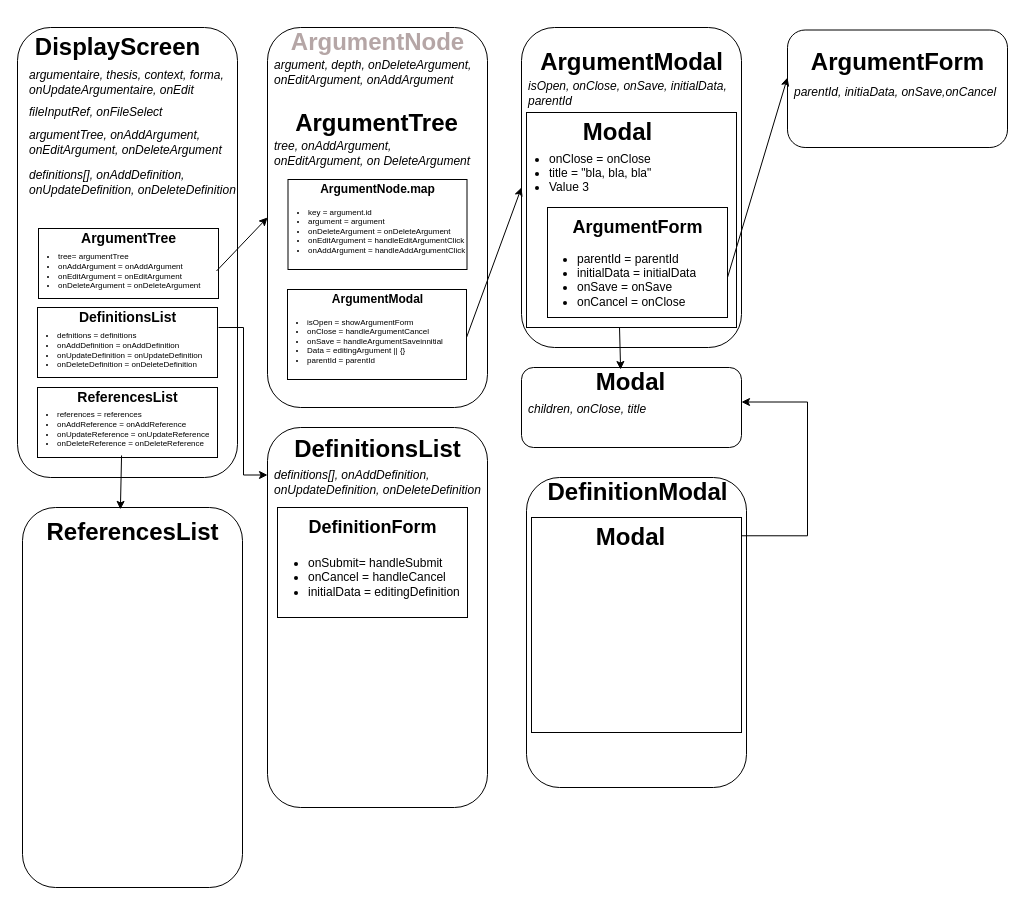
This is docs/Diagramme UI.drawio from Alexgyg-pro/argumentor, a draw.io file, before an edit. Source tidied: cells renumbered, new cells numbered last; positions are measured from the earlier drawing's top-left corner, leaving out a move shared by most shapes. Both pictures are drawn from the tidied source at 100%, with x=0, y=0 at pixel (17, 17).
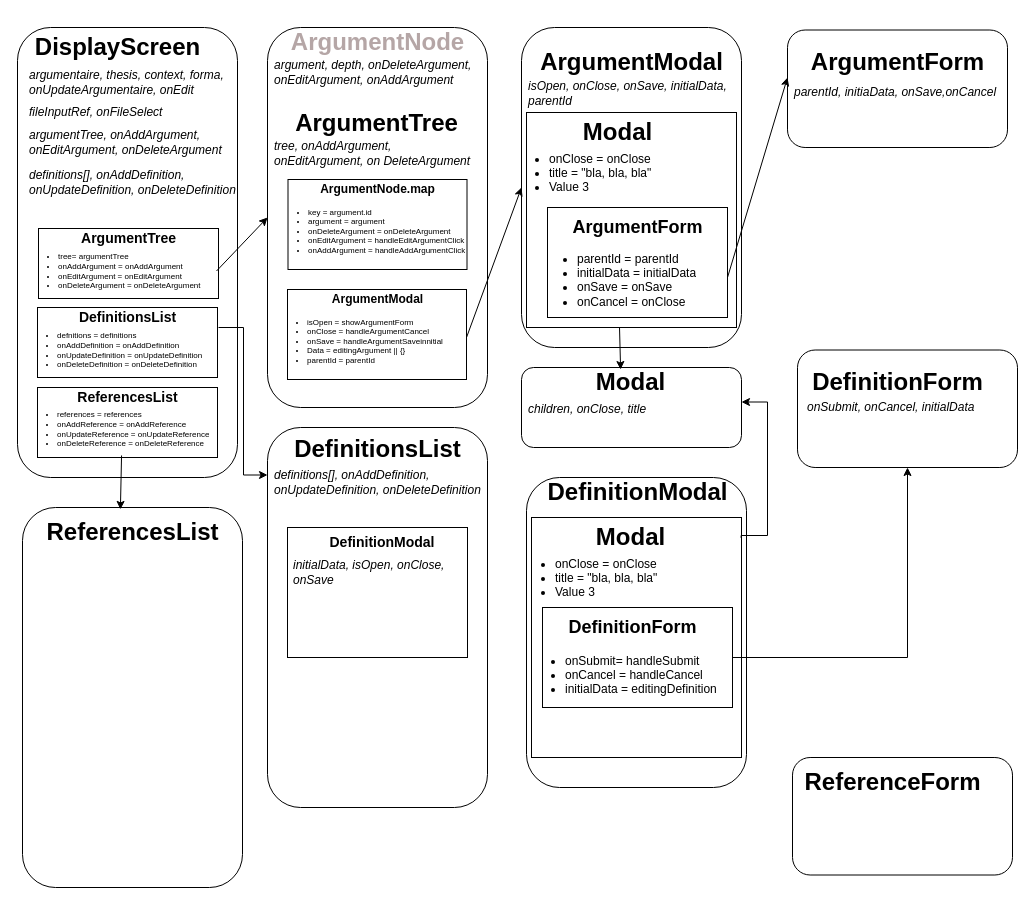
Above is the later version.

The change refers to these unchanged cells:
```xml
<mxCell id="58" value="children, onClose, title" style="text;html=1;whiteSpace=wrap;strokeColor=none;fillColor=none;align=left;verticalAlign=middle;rounded=0;fontStyle=2;spacingLeft=5;spacingRight=5;" parent="1" vertex="1">
  <mxGeometry x="504" y="377" width="220" height="30" as="geometry" />
</mxCell>
```

Change to the diagram source:
```diff
@@
-    <mxCell id="48" style="group;" parent="1" vertex="1">
-      <mxGeometry x="260" y="490" width="190" height="110" as="geometry" />
-    </mxCell>
-    <mxCell id="49" style="rounded=0;whiteSpace=wrap;html=1;" parent="48" vertex="1">
-      <mxGeometry width="190" height="110" as="geometry" />
-    </mxCell>
-    <mxCell id="50" value="DefinitionForm" style="text;strokeColor=none;fillColor=none;html=1;fontSize=18;fontStyle=1;verticalAlign=middle;align=center;" parent="48" vertex="1">
-      <mxGeometry width="190" height="40" as="geometry" />
-    </mxCell>
-    <mxCell id="51" value="&lt;ul&gt;&lt;li&gt;onSubmit= handleSubmit&lt;/li&gt;&lt;li&gt;onCancel = handleCancel&lt;/li&gt;&lt;li&gt;initialData = editingDefinition&lt;/li&gt;&lt;/ul&gt;" style="text;strokeColor=none;fillColor=none;html=1;whiteSpace=wrap;verticalAlign=middle;overflow=hidden;spacingLeft=-22;" parent="48" vertex="1">
-      <mxGeometry x="10.6" y="30" width="179.4" height="80" as="geometry" />
-    </mxCell>
@@
     <mxCell id="62" style="rounded=0;whiteSpace=wrap;html=1;" parent="1" vertex="1">
-      <mxGeometry x="514" y="500" width="210" height="215" as="geometry" />
+      <mxGeometry x="514" y="500" width="210" height="240" as="geometry" />
     </mxCell>
@@
     <mxCell id="64" style="endArrow=classic;html=1;rounded=0;exitX=0.998;exitY=0.085;exitDx=0;exitDy=0;exitPerimeter=0;edgeStyle=orthogonalEdgeStyle;entryX=1;entryY=0.25;entryDx=0;entryDy=0;" parent="1" edge="1" source="62" target="58">
       <mxGeometry relative="1" as="geometry">
         <Array as="points">
-          <mxPoint x="790" y="518" />
-          <mxPoint x="790" y="385" />
+          <mxPoint x="724" y="518" />
+          <mxPoint x="750" y="518" />
+          <mxPoint x="750" y="385" />
         </Array>
       </mxGeometry>
     </mxCell>
@@
+    <mxCell id="69" style="rounded=0;whiteSpace=wrap;html=1;" parent="1" vertex="1">
+      <mxGeometry x="270" y="510" width="180" height="130" as="geometry" />
+    </mxCell>
+    <mxCell id="70" value="DefinitionModal" style="text;html=1;whiteSpace=wrap;strokeColor=none;fillColor=none;align=center;verticalAlign=middle;rounded=0;fontStyle=1;fontSize=14;" parent="1" vertex="1">
+      <mxGeometry x="280" y="510" width="170" height="30" as="geometry" />
+    </mxCell>
+    <mxCell id="71" value="initialData, isOpen, onClose, onSave" style="text;html=1;whiteSpace=wrap;strokeColor=none;fillColor=none;align=left;verticalAlign=middle;rounded=0;fontStyle=2;spacingLeft=5;spacingRight=5;" parent="1" vertex="1">
+      <mxGeometry x="269" y="540" width="181" height="30" as="geometry" />
+    </mxCell>
+    <mxCell id="72" value="&lt;ul&gt;&lt;li&gt;onClose = onClose&lt;/li&gt;&lt;li&gt;title = &quot;bla, bla, bla&quot;&lt;/li&gt;&lt;li&gt;Value 3&lt;/li&gt;&lt;/ul&gt;" style="text;strokeColor=none;fillColor=none;html=1;whiteSpace=wrap;verticalAlign=middle;overflow=hidden;spacingLeft=-20;" parent="1" vertex="1">
+      <mxGeometry x="516" y="525" width="210" height="60" as="geometry" />
+    </mxCell>
+    <mxCell id="73" style="rounded=1;whiteSpace=wrap;html=1;spacingLeft=3;" parent="1" vertex="1">
+      <mxGeometry x="780" y="332.5" width="220" height="117.5" as="geometry" />
+    </mxCell>
+    <mxCell id="74" value="DefinitionForm" style="text;strokeColor=none;fillColor=none;html=1;fontSize=24;fontStyle=1;verticalAlign=middle;align=center;" parent="1" vertex="1">
+      <mxGeometry x="770" y="350" width="220" height="30" as="geometry" />
+    </mxCell>
+    <mxCell id="75" value="onSubmit, onCancel, initialData" style="text;html=1;whiteSpace=wrap;strokeColor=none;fillColor=none;align=left;verticalAlign=middle;rounded=0;fontStyle=2;spacingLeft=5;spacingRight=5;" parent="1" vertex="1">
+      <mxGeometry x="782.6" y="375" width="194.7" height="30" as="geometry" />
+    </mxCell>
+    <mxCell id="76" style="group;" parent="1" vertex="1">
+      <mxGeometry x="520" y="590" width="195" height="100" as="geometry" />
+    </mxCell>
+    <mxCell id="49" style="rounded=0;whiteSpace=wrap;html=1;" parent="76" vertex="1">
+      <mxGeometry x="5" width="190" height="100" as="geometry" />
+    </mxCell>
+    <mxCell id="50" value="DefinitionForm" style="text;strokeColor=none;fillColor=none;html=1;fontSize=18;fontStyle=1;verticalAlign=middle;align=center;" parent="76" vertex="1">
+      <mxGeometry width="190" height="40" as="geometry" />
+    </mxCell>
+    <mxCell id="51" value="&lt;ul&gt;&lt;li&gt;onSubmit= handleSubmit&lt;/li&gt;&lt;li&gt;onCancel = handleCancel&lt;/li&gt;&lt;li&gt;initialData = editingDefinition&lt;/li&gt;&lt;/ul&gt;" style="text;strokeColor=none;fillColor=none;html=1;whiteSpace=wrap;verticalAlign=middle;overflow=hidden;spacingLeft=-22;" parent="76" vertex="1">
+      <mxGeometry x="8.3" y="32" width="179.4" height="60" as="geometry" />
+    </mxCell>
+    <mxCell id="77" style="rounded=1;whiteSpace=wrap;html=1;spacingLeft=3;" parent="1" vertex="1">
+      <mxGeometry x="775" y="740" width="220" height="117.5" as="geometry" />
+    </mxCell>
+    <mxCell id="78" value="ReferenceForm" style="text;strokeColor=none;fillColor=none;html=1;fontSize=24;fontStyle=1;verticalAlign=middle;align=center;" parent="1" vertex="1">
+      <mxGeometry x="765" y="750" width="220" height="30" as="geometry" />
+    </mxCell>
+    <mxCell id="79" style="endArrow=classic;html=1;rounded=0;exitX=1;exitY=0.5;exitDx=0;exitDy=0;entryX=0.5;entryY=1;entryDx=0;entryDy=0;edgeStyle=orthogonalEdgeStyle;" parent="1" edge="1" source="49" target="73">
+      <mxGeometry relative="1" as="geometry" />
+    </mxCell>
```
